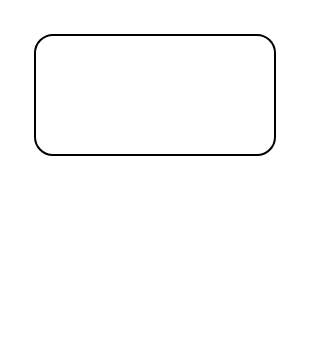
The draw.io diagram draft.drawio in lemuela1/ppppp, before the edit. Source tidied: cells renumbered, new cells numbered last; positions are measured from the earlier drawing's top-left corner, leaving out a move shared by most shapes. Both pictures are drawn from the tidied source at 200%, with x=0, y=0 at pixel (34, 34).
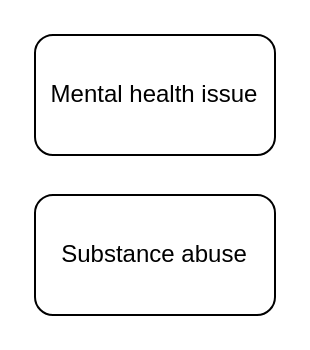
The same diagram, later.

What changed in the source:
```diff
@@
 <mxGraphModel>
   <root>
     <mxCell id="0" />
     <mxCell id="1" parent="0" />
-    <mxCell id="2" style="rounded=1;whiteSpace=wrap;html=1;" parent="1" vertex="1">
+    <mxCell id="2" value="Mental health issue" style="rounded=1;whiteSpace=wrap;html=1;" parent="1" vertex="1">
       <mxGeometry width="120" height="60" as="geometry" />
     </mxCell>
+    <mxCell id="3" value="Substance abuse" style="rounded=1;whiteSpace=wrap;html=1;" parent="1" vertex="1">
+      <mxGeometry y="80" width="120" height="60" as="geometry" />
+    </mxCell>
   </root>
 </mxGraphModel>
```
